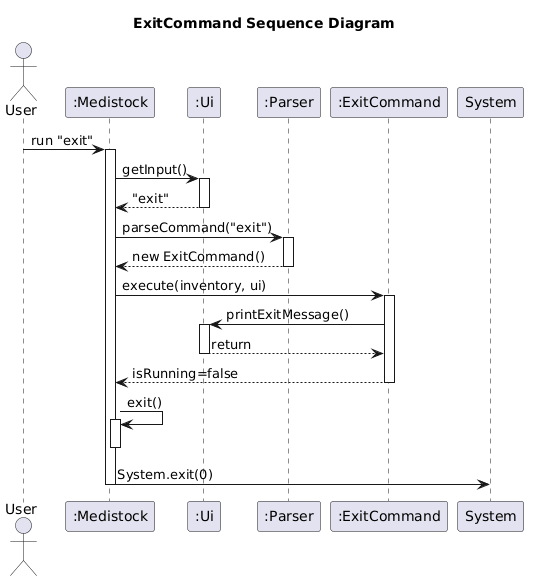
Yonish18/tp keeps this PlantUML diagram as docs/diagrams/ExitCommand_SequenceDiagram.png. Above is the earlier version.
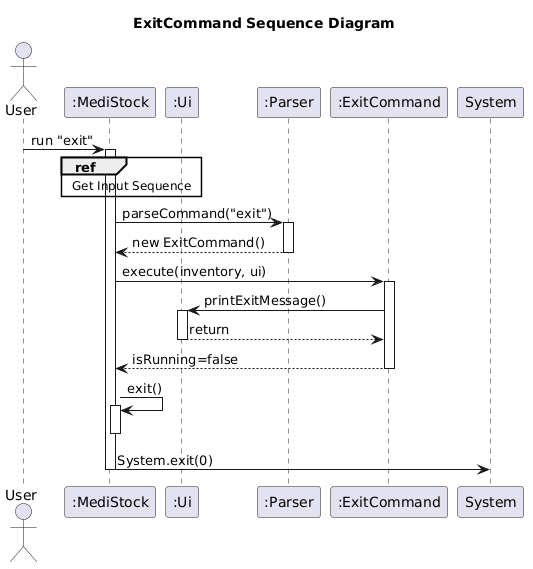
After the commit.

What changed in the source:
```diff
@@ -2,7 +2,7 @@
 title ExitCommand Sequence Diagram
 
 actor User
-participant ":Medistock" as App
+participant ":MediStock" as App
 participant ":Ui" as Ui
 participant ":Parser" as Parser
 participant ":ExitCommand" as ExitCommand
@@ -10,11 +10,9 @@
 
 User -> App : run "exit"
 activate App
-
-App -> Ui : getInput()
-activate Ui
-Ui --> App : "exit"
-deactivate Ui
+ref over App, Ui
+    Get Input Sequence
+end
 
 App -> Parser : parseCommand("exit")
 activate Parser
@@ -36,5 +34,6 @@
 deactivate App
 App -> System : System.exit(0)
 
+
 deactivate App
 @enduml
```
